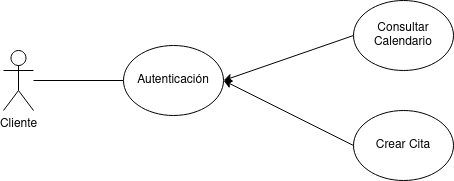
This is doc/img/CasosUso.drawio.png from colidom/proyecto-ets, a draw.io export, as it was before one commit. Source tidied: cells renumbered, new cells last; positions are measured from the earlier drawing's top-left corner, leaving out a move shared by most shapes.
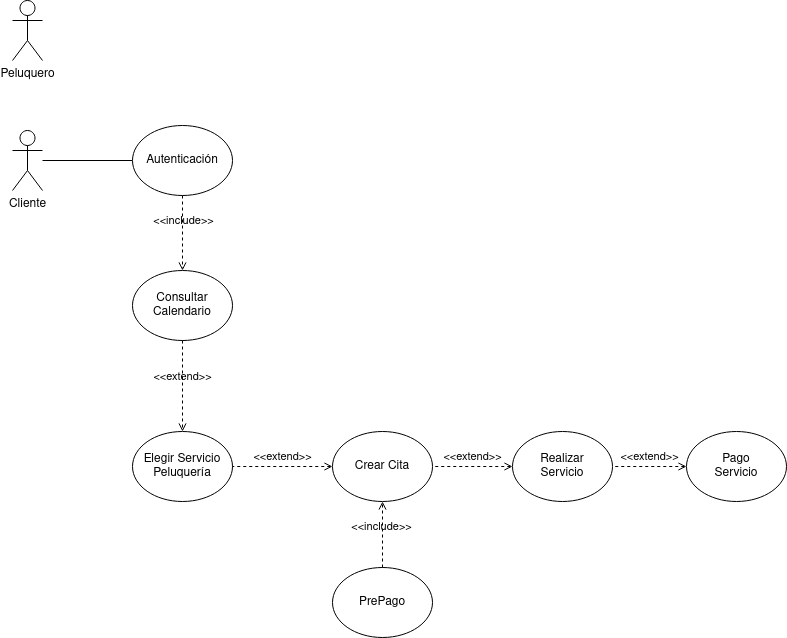
The same diagram one commit later.

Change to the diagram source:
```diff
@@ -6,22 +6,49 @@
       <mxGeometry relative="1" as="geometry" />
     </mxCell>
     <mxCell id="3" value="Cliente" style="shape=umlActor;verticalLabelPosition=bottom;verticalAlign=top;html=1;outlineConnect=0;" parent="1" vertex="1">
-      <mxGeometry y="50" width="30" height="60" as="geometry" />
+      <mxGeometry x="-39" y="50" width="30" height="60" as="geometry" />
     </mxCell>
-    <mxCell id="4" style="rounded=0;jettySize=auto;html=1;endArrow=none;endFill=0;startArrow=classic;startFill=1;exitX=1;exitY=0.5;exitDx=0;exitDy=0;entryX=0;entryY=0.5;entryDx=0;entryDy=0;" parent="1" edge="1" source="5" target="7">
-      <mxGeometry relative="1" as="geometry" />
-    </mxCell>
     <mxCell id="5" value="Autenticación" style="ellipse;whiteSpace=wrap;html=1;" parent="1" vertex="1">
-      <mxGeometry x="120" y="45" width="100" height="70" as="geometry" />
+      <mxGeometry x="81" y="45" width="100" height="70" as="geometry" />
     </mxCell>
-    <mxCell id="6" style="rounded=0;jettySize=auto;html=1;exitX=1;exitY=0.5;exitDx=0;exitDy=0;endArrow=none;endFill=0;startArrow=classic;startFill=1;entryX=0;entryY=0.5;entryDx=0;entryDy=0;" parent="1" edge="1" source="5" target="8">
-      <mxGeometry relative="1" as="geometry" />
-    </mxCell>
     <mxCell id="7" value="&lt;div&gt;Consultar&lt;/div&gt;&lt;div&gt;Calendario&lt;br&gt;&lt;/div&gt;" style="ellipse;whiteSpace=wrap;html=1;" parent="1" vertex="1">
-      <mxGeometry x="350" width="100" height="70" as="geometry" />
+      <mxGeometry x="81" y="190" width="100" height="70" as="geometry" />
     </mxCell>
-    <mxCell id="8" value="Crear Cita" style="ellipse;whiteSpace=wrap;html=1;" parent="1" vertex="1">
-      <mxGeometry x="350" y="110" width="100" height="70" as="geometry" />
+    <mxCell id="8" value="Elegir Servicio Peluquería" style="ellipse;whiteSpace=wrap;html=1;" parent="1" vertex="1">
+      <mxGeometry x="81" y="351" width="100" height="70" as="geometry" />
     </mxCell>
+    <mxCell id="9" value="Crear Cita" style="ellipse;whiteSpace=wrap;html=1;" parent="1" vertex="1">
+      <mxGeometry x="281" y="351" width="100" height="70" as="geometry" />
+    </mxCell>
+    <mxCell id="10" value="PrePago" style="ellipse;whiteSpace=wrap;html=1;" parent="1" vertex="1">
+      <mxGeometry x="281" y="487" width="100" height="70" as="geometry" />
+    </mxCell>
+    <mxCell id="4" value="&amp;lt;&amp;lt;include&amp;gt;&amp;gt;" style="html=1;verticalAlign=bottom;labelBackgroundColor=none;endArrow=open;endFill=0;dashed=1;rounded=0;entryX=0.5;entryY=0;entryDx=0;entryDy=0;exitX=0.5;exitY=1;exitDx=0;exitDy=0;" parent="1" edge="1" source="5" target="7">
+      <mxGeometry x="-0.07" y="1" relative="1" as="geometry" />
+    </mxCell>
+    <mxCell id="11" value="&amp;lt;&amp;lt;extend&amp;gt;&amp;gt;" style="html=1;verticalAlign=bottom;labelBackgroundColor=none;endArrow=open;endFill=0;dashed=1;rounded=0;exitX=0.5;exitY=1;exitDx=0;exitDy=0;entryX=0.5;entryY=0;entryDx=0;entryDy=0;" parent="1" edge="1" source="7" target="8">
+      <mxGeometry relative="1" as="geometry" />
+    </mxCell>
+    <mxCell id="12" value="&amp;lt;&amp;lt;extend&amp;gt;&amp;gt;" style="html=1;verticalAlign=bottom;labelBackgroundColor=none;endArrow=none;endFill=0;dashed=1;rounded=0;exitX=0;exitY=0.5;exitDx=0;exitDy=0;entryX=1;entryY=0.5;entryDx=0;entryDy=0;startArrow=open;startFill=0;" parent="1" edge="1" source="9" target="8">
+      <mxGeometry relative="1" as="geometry" />
+    </mxCell>
+    <mxCell id="13" value="&amp;lt;&amp;lt;include&amp;gt;&amp;gt;" style="html=1;verticalAlign=bottom;labelBackgroundColor=none;endArrow=open;endFill=0;dashed=1;rounded=0;entryX=0.5;entryY=1;entryDx=0;entryDy=0;exitX=0.5;exitY=0;exitDx=0;exitDy=0;" parent="1" edge="1" source="10" target="9">
+      <mxGeometry x="-0.06" y="1" relative="1" as="geometry" />
+    </mxCell>
+    <mxCell id="14" value="&lt;div&gt;Realizar&lt;/div&gt;&lt;div&gt;Servicio&lt;/div&gt;" style="ellipse;whiteSpace=wrap;html=1;" parent="1" vertex="1">
+      <mxGeometry x="461" y="351" width="100" height="70" as="geometry" />
+    </mxCell>
+    <mxCell id="15" value="&amp;lt;&amp;lt;extend&amp;gt;&amp;gt;" style="html=1;verticalAlign=bottom;labelBackgroundColor=none;endArrow=none;endFill=0;dashed=1;rounded=0;exitX=0;exitY=0.5;exitDx=0;exitDy=0;entryX=1;entryY=0.5;entryDx=0;entryDy=0;startArrow=open;startFill=0;" parent="1" edge="1" source="14" target="9">
+      <mxGeometry relative="1" as="geometry" />
+    </mxCell>
+    <mxCell id="16" value="&lt;div&gt;Pago&lt;br&gt;&lt;/div&gt;&lt;div&gt;Servicio&lt;/div&gt;" style="ellipse;whiteSpace=wrap;html=1;" parent="1" vertex="1">
+      <mxGeometry x="635" y="351" width="100" height="70" as="geometry" />
+    </mxCell>
+    <mxCell id="17" value="&amp;lt;&amp;lt;extend&amp;gt;&amp;gt;" style="html=1;verticalAlign=bottom;labelBackgroundColor=none;endArrow=none;endFill=0;dashed=1;rounded=0;exitX=0;exitY=0.5;exitDx=0;exitDy=0;entryX=1;entryY=0.5;entryDx=0;entryDy=0;startArrow=open;startFill=0;" parent="1" edge="1" source="16" target="14">
+      <mxGeometry relative="1" as="geometry" />
+    </mxCell>
+    <mxCell id="18" value="Peluquero" style="shape=umlActor;verticalLabelPosition=bottom;verticalAlign=top;html=1;" parent="1" vertex="1">
+      <mxGeometry x="-39" y="-80" width="30" height="60" as="geometry" />
+    </mxCell>
   </root>
 </mxGraphModel>
```
